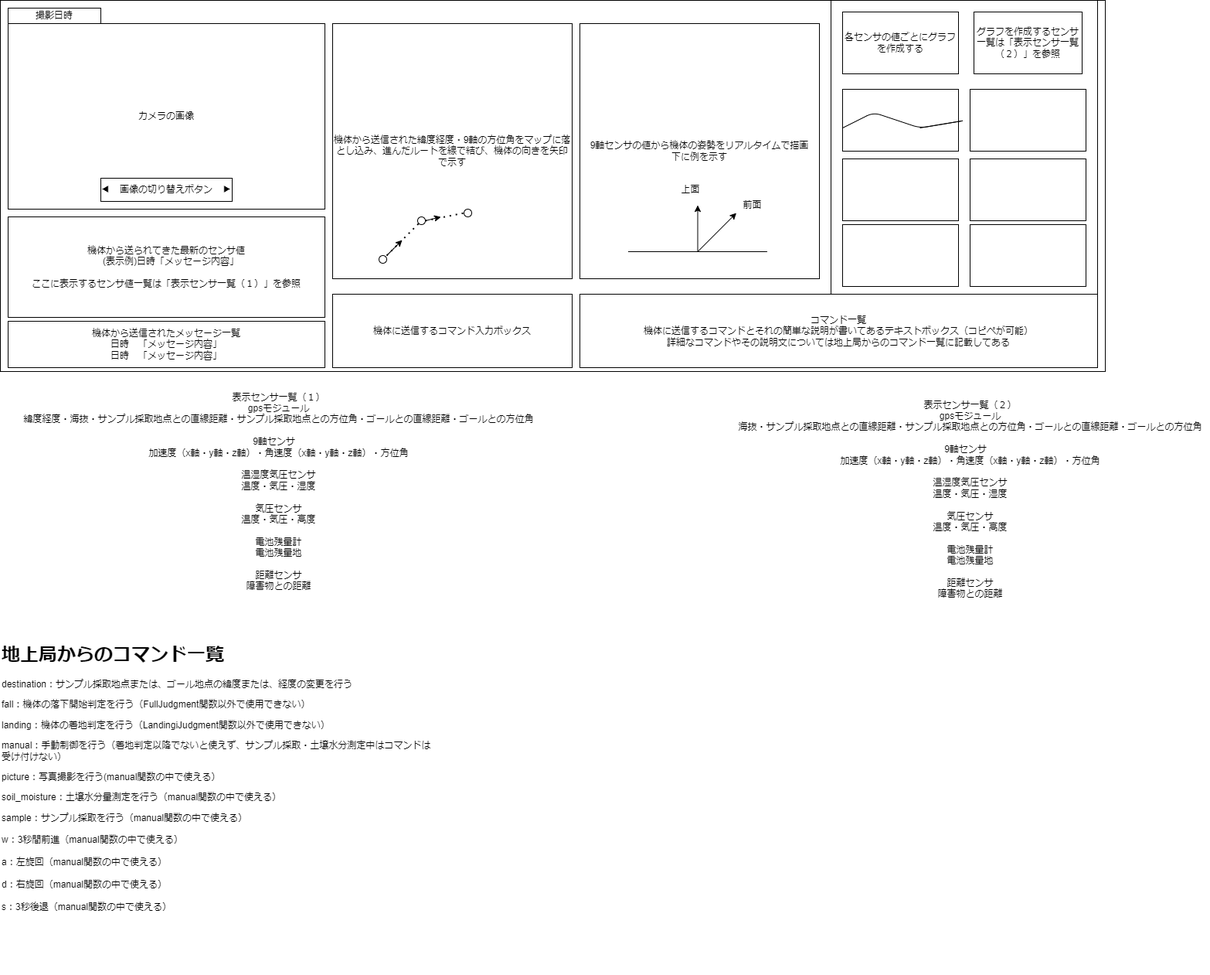
This is 仕様書・参考資料/地上局のUIイメージ図.drawio.png from TDUSenjuAstronomyResearchClub/basyo-ground-station, a draw.io export, as it was before one commit. Source tidied: cells renumbered, new cells last; positions are measured from the earlier drawing's top-left corner, leaving out a move shared by most shapes.
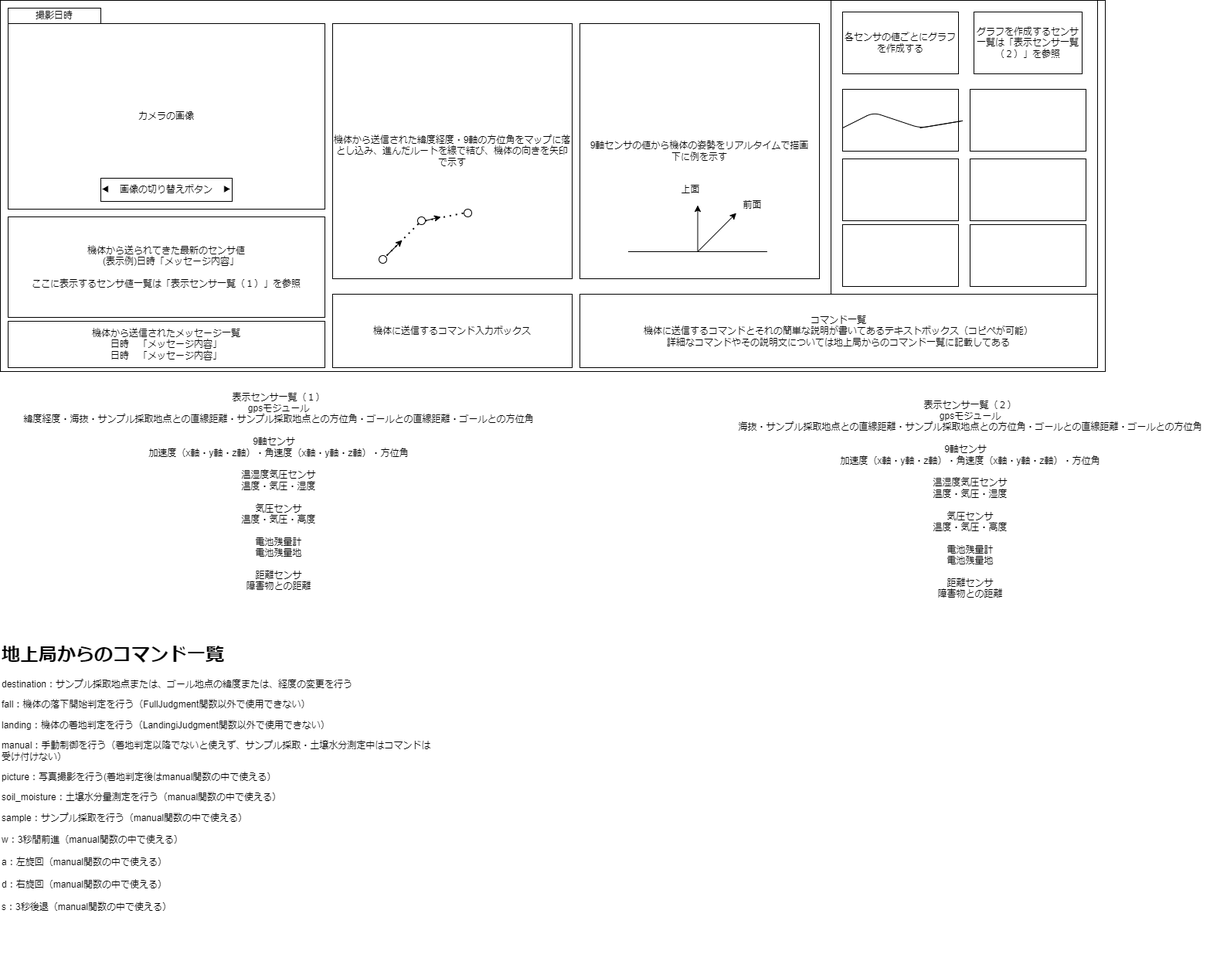
Later version of the same file.

The edit, as a diff of the source:
```diff
@@ -137,7 +137,7 @@
         </Array>
       </mxGeometry>
     </mxCell>
-    <mxCell id="38" value="&lt;h1 style=&quot;border-color: var(--border-color);&quot;&gt;地上局からのコマンド一覧&lt;/h1&gt;&lt;p style=&quot;border-color: var(--border-color);&quot;&gt;&lt;span style=&quot;border-color: var(--border-color); background-color: initial;&quot;&gt;destination：&lt;/span&gt;&lt;span style=&quot;border-color: var(--border-color); background-color: initial;&quot;&gt;サンプル採取地点または、ゴール地点の緯度または、経度の変更を行う&lt;/span&gt;&lt;br style=&quot;border-color: var(--border-color);&quot;&gt;&lt;/p&gt;&lt;p style=&quot;border-color: var(--border-color);&quot;&gt;fall：機体の落下開始判定を行う（FullJudgment関数以外で使用できない）&lt;/p&gt;&lt;p style=&quot;border-color: var(--border-color);&quot;&gt;&lt;span style=&quot;border-color: var(--border-color); text-align: center;&quot;&gt;landing：機体の着地判定を行う（LandingiJudgment関数以外で使用できない）&lt;/span&gt;&lt;/p&gt;&lt;p style=&quot;border-color: var(--border-color);&quot;&gt;manual：手動制御を行う（着地判定以降でないと使えず、サンプル採取・土壌水分測定中はコマンドは受け付けない）&lt;/p&gt;&lt;p style=&quot;border-color: var(--border-color);&quot;&gt;picture：写真撮影を行う(manual関数の中で使える）&lt;br&gt;&lt;/p&gt;&lt;p style=&quot;border-color: var(--border-color);&quot;&gt;soil_moisture：土壌水分量測定を行う（manual関数の中で使える）&lt;/p&gt;&lt;span style=&quot;border-color: var(--border-color); text-align: center;&quot;&gt;sample&lt;/span&gt;&lt;span style=&quot;border-color: var(--border-color); background-color: initial;&quot;&gt;：サンプル採取を行う（&lt;/span&gt;&lt;span style=&quot;border-color: var(--border-color); text-align: center;&quot;&gt;manual関数の中で使える&lt;/span&gt;&lt;span style=&quot;border-color: var(--border-color); background-color: initial;&quot;&gt;）&lt;br style=&quot;border-color: var(--border-color);&quot;&gt;&lt;/span&gt;&lt;span style=&quot;border-color: var(--border-color); text-align: center;&quot;&gt;&lt;br style=&quot;border-color: var(--border-color);&quot;&gt;w：3秒間前進（manual関数の中で使える）&lt;br style=&quot;border-color: var(--border-color);&quot;&gt;&lt;br style=&quot;border-color: var(--border-color);&quot;&gt;a：左旋回（&lt;/span&gt;&lt;span style=&quot;border-color: var(--border-color); text-align: center;&quot;&gt;manual関数の中で使える&lt;/span&gt;&lt;span style=&quot;border-color: var(--border-color); text-align: center;&quot;&gt;）&lt;br style=&quot;border-color: var(--border-color);&quot;&gt;&lt;br style=&quot;border-color: var(--border-color);&quot;&gt;d：右旋回&lt;/span&gt;&lt;span style=&quot;border-color: var(--border-color); text-align: center;&quot;&gt;（&lt;/span&gt;&lt;span style=&quot;border-color: var(--border-color); text-align: center;&quot;&gt;manual関数の中で使える&lt;/span&gt;&lt;span style=&quot;border-color: var(--border-color); text-align: center;&quot;&gt;）&lt;/span&gt;&lt;span style=&quot;border-color: var(--border-color); text-align: center;&quot;&gt;&lt;br style=&quot;border-color: var(--border-color);&quot;&gt;&lt;br style=&quot;border-color: var(--border-color);&quot;&gt;s：3秒後退&lt;/span&gt;&lt;span style=&quot;border-color: var(--border-color); text-align: center;&quot;&gt;（&lt;/span&gt;&lt;span style=&quot;border-color: var(--border-color); text-align: center;&quot;&gt;manual関数の中で使える&lt;/span&gt;&lt;span style=&quot;border-color: var(--border-color); text-align: center;&quot;&gt;）&lt;/span&gt;&lt;span style=&quot;border-color: var(--border-color); text-align: center;&quot;&gt;&lt;br style=&quot;border-color: var(--border-color);&quot;&gt;&lt;/span&gt;&lt;p style=&quot;border-color: var(--border-color);&quot;&gt;&lt;br style=&quot;border-color: var(--border-color); color: rgb(0, 0, 0); font-family: Helvetica; font-size: 12px; font-style: normal; font-variant-ligatures: normal; font-variant-caps: normal; font-weight: 400; letter-spacing: normal; orphans: 2; text-align: left; text-indent: 0px; text-transform: none; widows: 2; word-spacing: 0px; -webkit-text-stroke-width: 0px; background-color: rgb(251, 251, 251); text-decoration-thickness: initial; text-decoration-style: initial; text-decoration-color: initial;&quot;&gt;&lt;br&gt;&lt;br&gt;&lt;/p&gt;" style="text;whiteSpace=wrap;html=1;" parent="1" vertex="1">
+    <mxCell id="38" value="&lt;h1 style=&quot;border-color: var(--border-color);&quot;&gt;地上局からのコマンド一覧&lt;/h1&gt;&lt;p style=&quot;border-color: var(--border-color);&quot;&gt;&lt;span style=&quot;border-color: var(--border-color); background-color: initial;&quot;&gt;destination：&lt;/span&gt;&lt;span style=&quot;border-color: var(--border-color); background-color: initial;&quot;&gt;サンプル採取地点または、ゴール地点の緯度または、経度の変更を行う&lt;/span&gt;&lt;br style=&quot;border-color: var(--border-color);&quot;&gt;&lt;/p&gt;&lt;p style=&quot;border-color: var(--border-color);&quot;&gt;fall：機体の落下開始判定を行う（FullJudgment関数以外で使用できない）&lt;/p&gt;&lt;p style=&quot;border-color: var(--border-color);&quot;&gt;&lt;span style=&quot;border-color: var(--border-color); text-align: center;&quot;&gt;landing：機体の着地判定を行う（LandingiJudgment関数以外で使用できない）&lt;/span&gt;&lt;/p&gt;&lt;p style=&quot;border-color: var(--border-color);&quot;&gt;manual：手動制御を行う（着地判定以降でないと使えず、サンプル採取・土壌水分測定中はコマンドは受け付けない）&lt;/p&gt;&lt;p style=&quot;border-color: var(--border-color);&quot;&gt;picture：写真撮影を行う(着地判定後はmanual関数の中で使える）&lt;br&gt;&lt;/p&gt;&lt;p style=&quot;border-color: var(--border-color);&quot;&gt;soil_moisture：土壌水分量測定を行う（manual関数の中で使える）&lt;/p&gt;&lt;span style=&quot;border-color: var(--border-color); text-align: center;&quot;&gt;sample&lt;/span&gt;&lt;span style=&quot;border-color: var(--border-color); background-color: initial;&quot;&gt;：サンプル採取を行う（&lt;/span&gt;&lt;span style=&quot;border-color: var(--border-color); text-align: center;&quot;&gt;manual関数の中で使える&lt;/span&gt;&lt;span style=&quot;border-color: var(--border-color); background-color: initial;&quot;&gt;）&lt;br style=&quot;border-color: var(--border-color);&quot;&gt;&lt;/span&gt;&lt;span style=&quot;border-color: var(--border-color); text-align: center;&quot;&gt;&lt;br style=&quot;border-color: var(--border-color);&quot;&gt;w：3秒間前進（manual関数の中で使える）&lt;br style=&quot;border-color: var(--border-color);&quot;&gt;&lt;br style=&quot;border-color: var(--border-color);&quot;&gt;a：左旋回（&lt;/span&gt;&lt;span style=&quot;border-color: var(--border-color); text-align: center;&quot;&gt;manual関数の中で使える&lt;/span&gt;&lt;span style=&quot;border-color: var(--border-color); text-align: center;&quot;&gt;）&lt;br style=&quot;border-color: var(--border-color);&quot;&gt;&lt;br style=&quot;border-color: var(--border-color);&quot;&gt;d：右旋回&lt;/span&gt;&lt;span style=&quot;border-color: var(--border-color); text-align: center;&quot;&gt;（&lt;/span&gt;&lt;span style=&quot;border-color: var(--border-color); text-align: center;&quot;&gt;manual関数の中で使える&lt;/span&gt;&lt;span style=&quot;border-color: var(--border-color); text-align: center;&quot;&gt;）&lt;/span&gt;&lt;span style=&quot;border-color: var(--border-color); text-align: center;&quot;&gt;&lt;br style=&quot;border-color: var(--border-color);&quot;&gt;&lt;br style=&quot;border-color: var(--border-color);&quot;&gt;s：3秒後退&lt;/span&gt;&lt;span style=&quot;border-color: var(--border-color); text-align: center;&quot;&gt;（&lt;/span&gt;&lt;span style=&quot;border-color: var(--border-color); text-align: center;&quot;&gt;manual関数の中で使える&lt;/span&gt;&lt;span style=&quot;border-color: var(--border-color); text-align: center;&quot;&gt;）&lt;/span&gt;&lt;span style=&quot;border-color: var(--border-color); text-align: center;&quot;&gt;&lt;br style=&quot;border-color: var(--border-color);&quot;&gt;&lt;/span&gt;&lt;p style=&quot;border-color: var(--border-color);&quot;&gt;&lt;br style=&quot;border-color: var(--border-color); color: rgb(0, 0, 0); font-family: Helvetica; font-size: 12px; font-style: normal; font-variant-ligatures: normal; font-variant-caps: normal; font-weight: 400; letter-spacing: normal; orphans: 2; text-align: left; text-indent: 0px; text-transform: none; widows: 2; word-spacing: 0px; -webkit-text-stroke-width: 0px; background-color: rgb(251, 251, 251); text-decoration-thickness: initial; text-decoration-style: initial; text-decoration-color: initial;&quot;&gt;&lt;br&gt;&lt;br&gt;&lt;/p&gt;" style="text;whiteSpace=wrap;html=1;" parent="1" vertex="1">
       <mxGeometry y="810" width="560" height="450" as="geometry" />
     </mxCell>
   </root>
```
